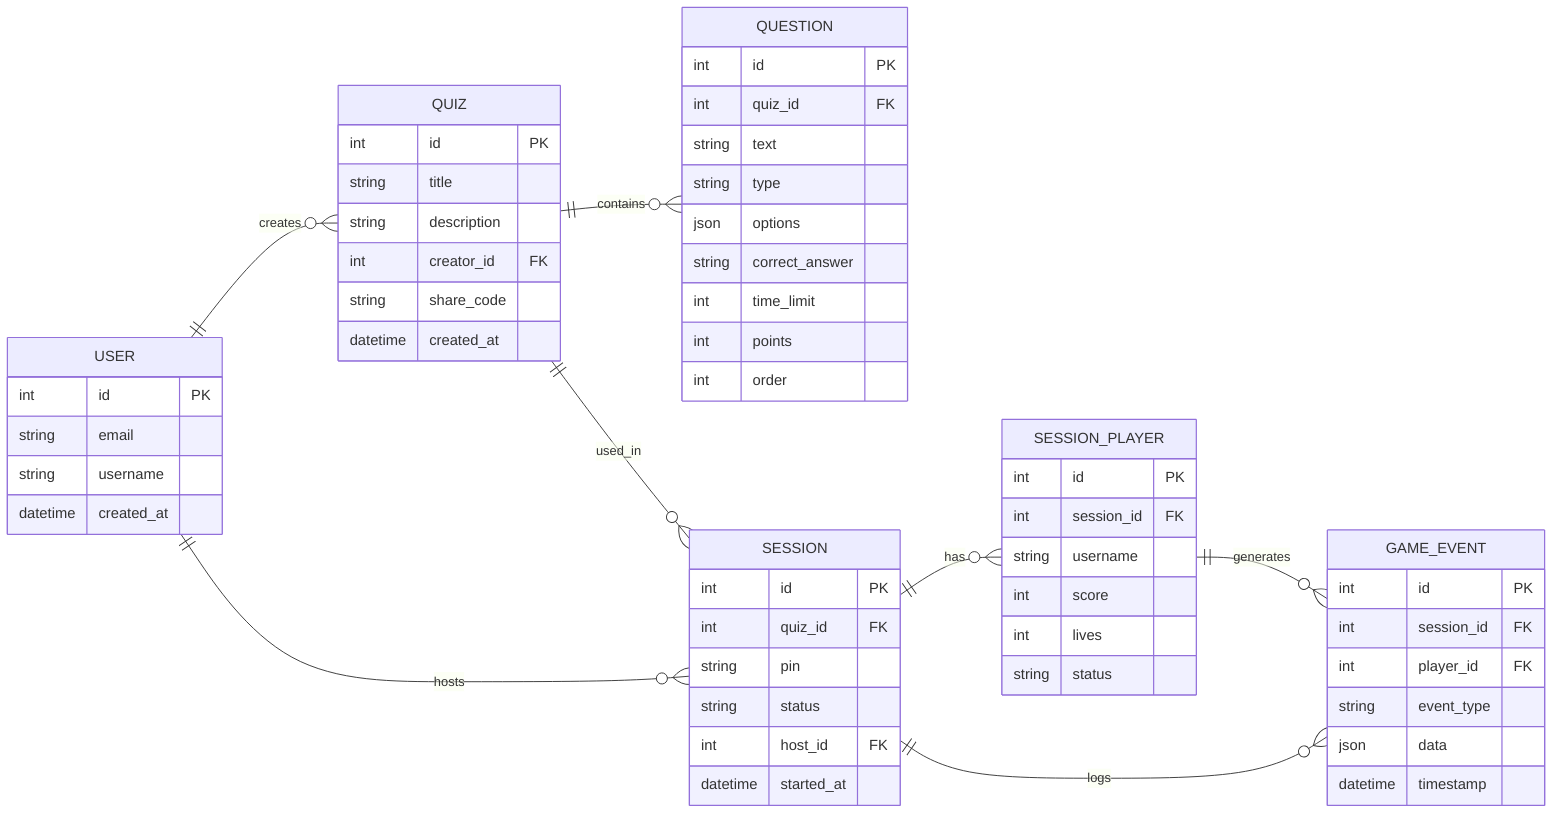
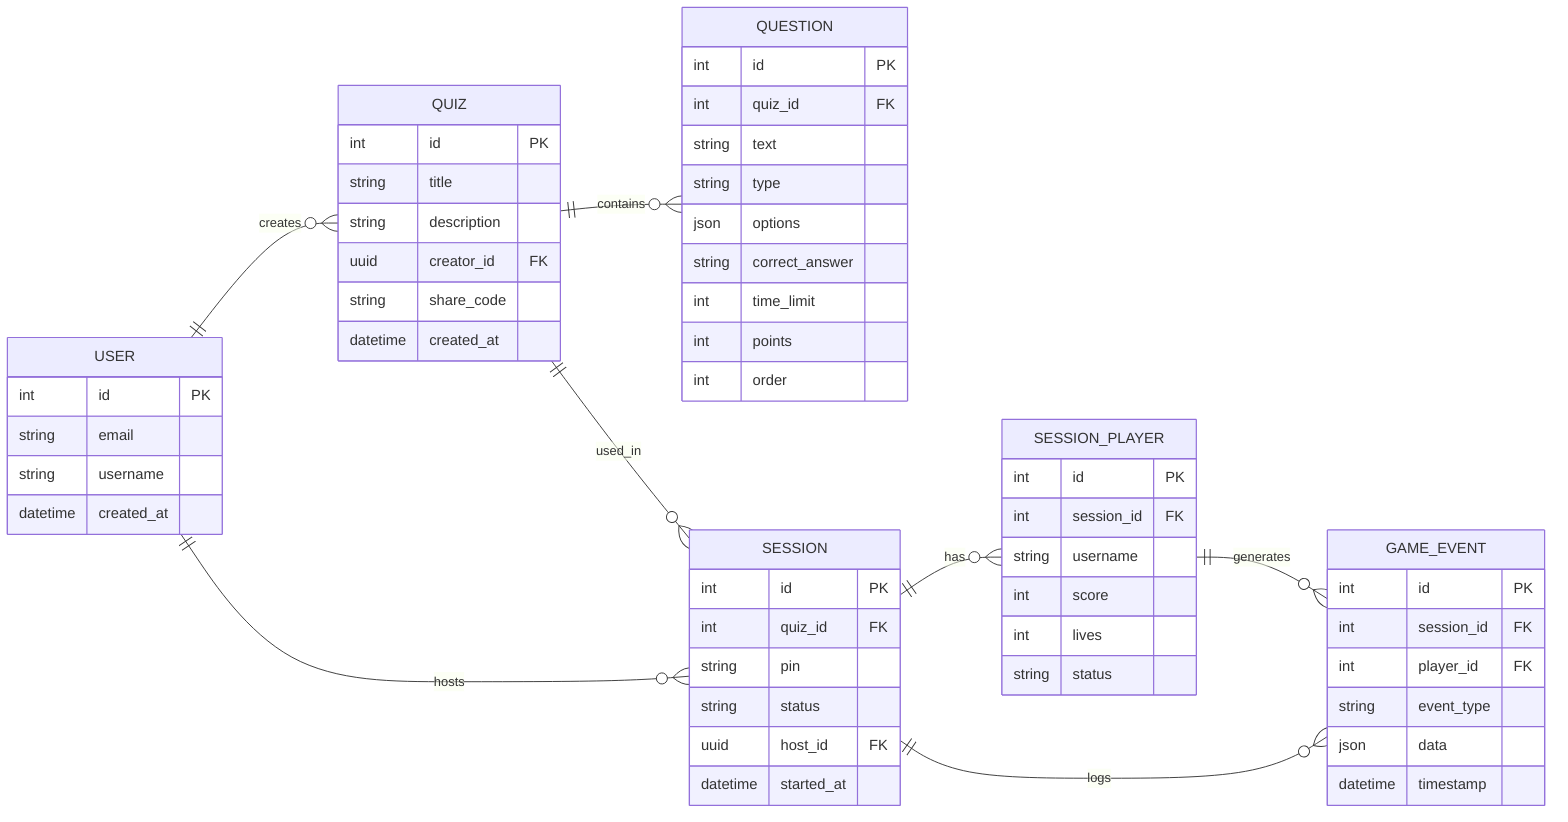
erDiagram
	direction LR
	USER {
		int id PK ""
		string email  ""
		string username  ""
		datetime created_at  ""
	}

	QUIZ {
		int id PK ""
		string title  ""
		string description  ""
- 		int creator_id FK ""
+ 		uuid creator_id FK ""
		string share_code  ""
		datetime created_at  ""
	}

	QUESTION {
		int id PK ""
		int quiz_id FK ""
		string text  ""
		string type  ""
		json options  ""
		string correct_answer  ""
		int time_limit  ""
		int points  ""
		int order  ""
	}

	SESSION {
		int id PK ""
		int quiz_id FK ""
		string pin  ""
		string status  ""
- 		int host_id FK ""
+ 		uuid host_id FK ""
		datetime started_at  ""
	}

	SESSION_PLAYER {
		int id PK ""
		int session_id FK ""
		string username  ""
		int score  ""
		int lives  ""
		string status  ""
	}

	GAME_EVENT {
		int id PK ""
		int session_id FK ""
		int player_id FK ""
		string event_type  ""
		json data  ""
		datetime timestamp  ""
	}

	USER||--o{QUIZ:"creates"
	QUIZ||--o{QUESTION:"contains"
	USER||--o{SESSION:"hosts"
	QUIZ||--o{SESSION:"used_in"
	SESSION||--o{SESSION_PLAYER:"has"
	SESSION_PLAYER||--o{GAME_EVENT:"generates"
	SESSION||--o{GAME_EVENT:"logs"
